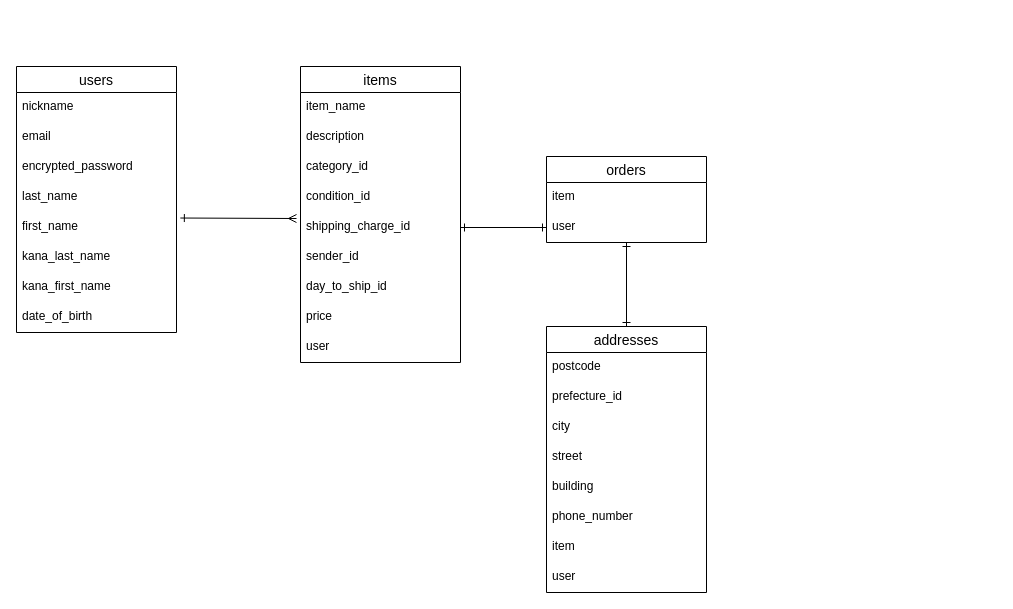
Earlier version of the draw.io diagram furima.dio (HirokoNagaya/furima-37808). Source tidied: cells renumbered, new cells numbered last; positions are measured from the earlier drawing's top-left corner, leaving out a move shared by most shapes. Both pictures are drawn from the tidied source at 100%, with x=0, y=0 at pixel (16, 66).
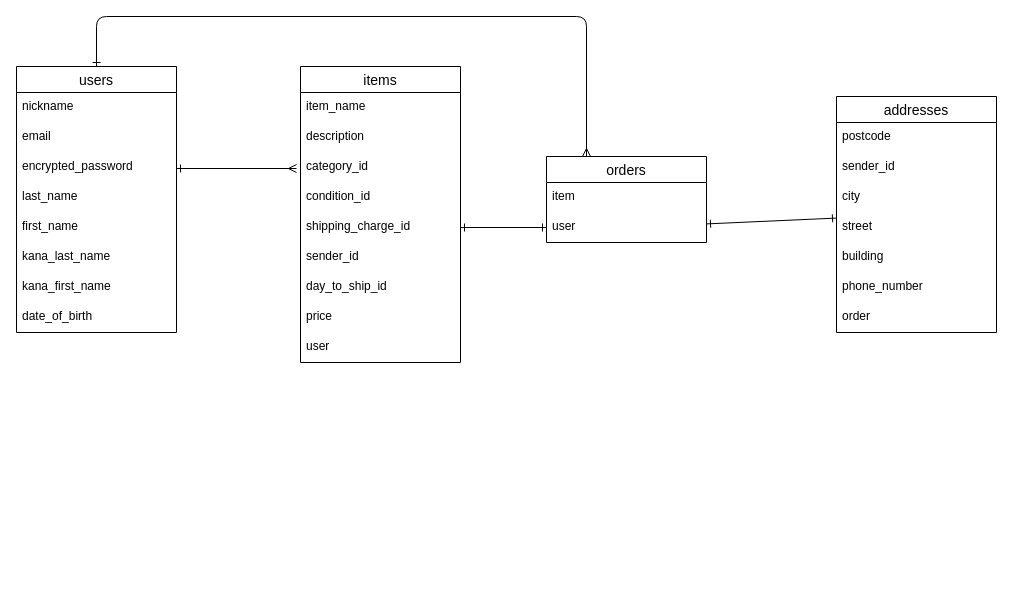
Above is the later version.

Commit message (it also covers changes not shown here):
データベース設計の訂正

Unchanged cells that the change refers to:
```xml
<mxCell id="2" value="users" style="swimlane;fontStyle=0;horizontal=1;startSize=26;align=center;fontSize=14;" parent="1" vertex="1">
  <mxGeometry width="160" height="266" as="geometry" />
</mxCell>
<mxCell id="7" value="first_name" style="text;strokeColor=none;fillColor=none;spacingLeft=4;spacingRight=4;overflow=hidden;points=[[0,0.5],[1,0.5]];portConstraint=eastwest;fontSize=12;" parent="2" vertex="1">
  <mxGeometry y="146" width="160" height="30" as="geometry" />
</mxCell>
<mxCell id="21" value="orders" style="swimlane;fontStyle=0;horizontal=1;startSize=26;align=center;fontSize=14;" parent="1" vertex="1">
  <mxGeometry x="530" y="90" width="160" height="86" as="geometry" />
</mxCell>
```

Diff of the diagram source:
```diff
@@
+    <mxCell id="36" style="edgeStyle=orthogonalEdgeStyle;html=1;exitX=0.5;exitY=0;exitDx=0;exitDy=0;endArrow=ERmany;endFill=0;startArrow=ERone;startFill=0;" parent="1" edge="1" source="2" target="21">
+      <mxGeometry relative="1" as="geometry">
+        <Array as="points">
+          <mxPoint x="80" y="-50" />
+          <mxPoint x="570" y="-50" />
+        </Array>
+      </mxGeometry>
+    </mxCell>
@@
     <mxCell id="25" value="addresses" style="swimlane;fontStyle=0;horizontal=1;startSize=26;align=center;fontSize=14;" parent="1" vertex="1">
-      <mxGeometry x="530" y="260" width="160" height="266" as="geometry" />
+      <mxGeometry x="820" y="30" width="160" height="236" as="geometry" />
     </mxCell>
@@
-    <mxCell id="27" value="prefecture_id" style="text;strokeColor=none;fillColor=none;spacingLeft=4;spacingRight=4;overflow=hidden;fontSize=12;" parent="25" vertex="1">
+    <mxCell id="27" value="sender_id" style="text;strokeColor=none;fillColor=none;spacingLeft=4;spacingRight=4;overflow=hidden;fontSize=12;" parent="25" vertex="1">
       <mxGeometry y="56" width="160" height="30" as="geometry" />
     </mxCell>
@@
-    <mxCell id="32" value="item" style="text;strokeColor=none;fillColor=none;spacingLeft=4;spacingRight=4;overflow=hidden;fontSize=12;" parent="25" vertex="1">
+    <mxCell id="32" value="order" style="text;strokeColor=none;fillColor=none;spacingLeft=4;spacingRight=4;overflow=hidden;fontSize=12;" parent="25" vertex="1">
       <mxGeometry y="206" width="160" height="30" as="geometry" />
     </mxCell>
-    <mxCell id="33" value="user" style="text;strokeColor=none;fillColor=none;spacingLeft=4;spacingRight=4;overflow=hidden;fontSize=12;" parent="25" vertex="1">
-      <mxGeometry y="236" width="160" height="30" as="geometry" />
-    </mxCell>
-    <mxCell id="34" style="edgeStyle=none;html=1;entryX=1.024;entryY=0.184;entryDx=0;entryDy=0;entryPerimeter=0;endArrow=ERone;endFill=0;startArrow=ERmany;startFill=0;" parent="1" edge="1" target="7">
+    <mxCell id="34" style="html=1;endArrow=ERone;endFill=0;startArrow=ERmany;startFill=0;" parent="1" edge="1">
       <mxGeometry relative="1" as="geometry">
-        <mxPoint x="280" y="152" as="sourcePoint" />
+        <mxPoint x="280" y="102" as="sourcePoint" />
+        <mxPoint x="160" y="102" as="targetPoint" />
       </mxGeometry>
     </mxCell>
```
